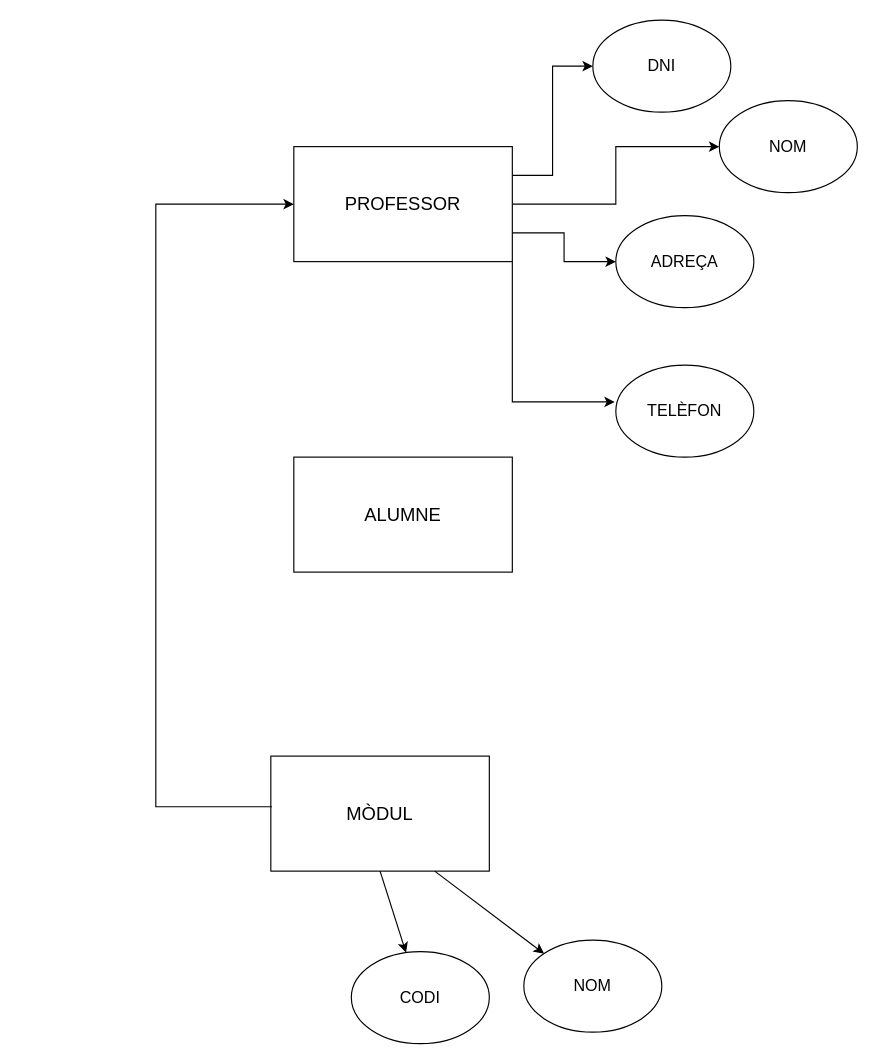
This is Exercicis_R2_(1).drawio from victor06-git/Progam_with_Victor, a draw.io file, before an edit. Source tidied: cells renumbered, new cells numbered last; positions are measured from the earlier drawing's top-left corner, leaving out a move shared by most shapes. Both pictures are drawn from the tidied source at 115%, with x=0, y=0 at pixel (155, 20).
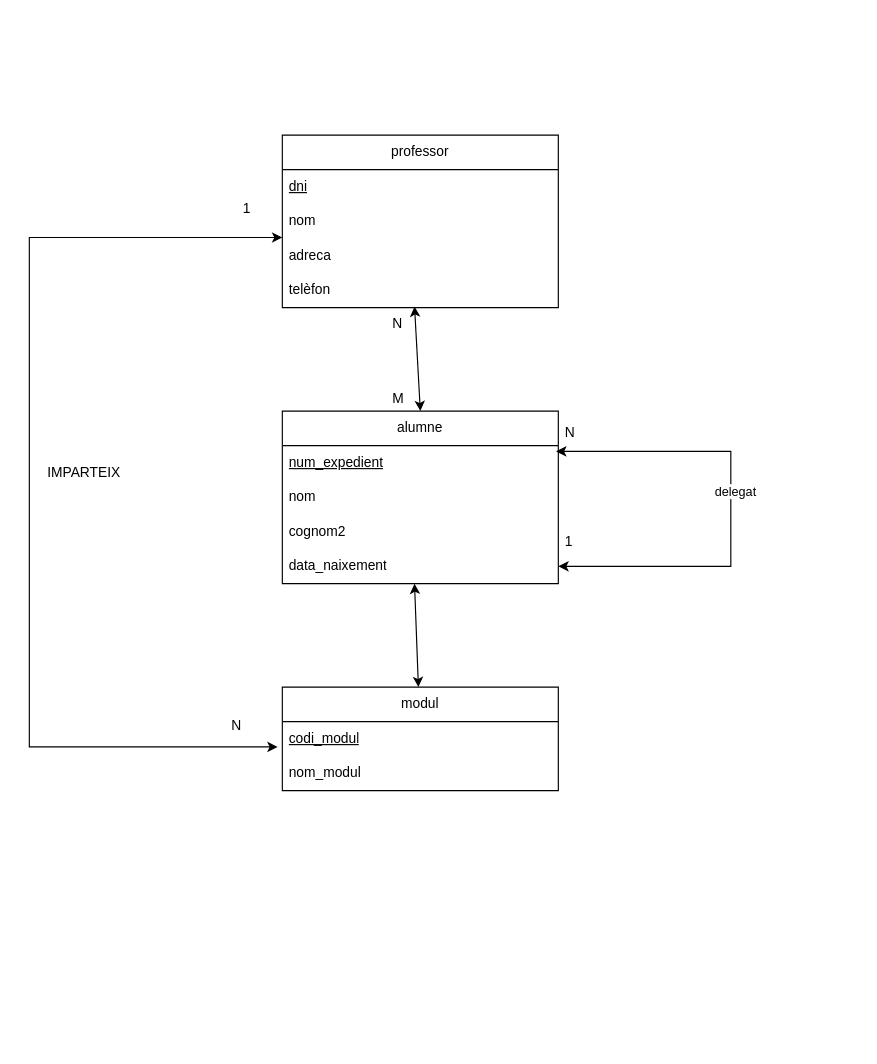
The same diagram, later.

What changed in the source:
```diff
@@
-    <mxCell id="2" style="edgeStyle=orthogonalEdgeStyle;rounded=0;jettySize=auto;html=1;exitX=1;exitY=0.25;exitDx=0;exitDy=0;entryX=0;entryY=0.5;entryDx=0;entryDy=0;" parent="1" edge="1" source="5" target="13">
-      <mxGeometry relative="1" as="geometry" />
-    </mxCell>
-    <mxCell id="3" style="edgeStyle=orthogonalEdgeStyle;rounded=0;jettySize=auto;html=1;exitX=1;exitY=0.5;exitDx=0;exitDy=0;" parent="1" edge="1" source="5" target="14">
-      <mxGeometry relative="1" as="geometry" />
-    </mxCell>
-    <mxCell id="4" style="edgeStyle=orthogonalEdgeStyle;rounded=0;jettySize=auto;html=1;exitX=1;exitY=0.75;exitDx=0;exitDy=0;" parent="1" edge="1" source="5" target="15">
-      <mxGeometry relative="1" as="geometry" />
-    </mxCell>
-    <mxCell id="5" value="&lt;font style=&quot;font-size: 16px;&quot;&gt;PROFESSOR&lt;/font&gt;" style="rounded=0;whiteSpace=wrap;html=1;" parent="1" vertex="1">
-      <mxGeometry x="120" y="110" width="190" height="100" as="geometry" />
-    </mxCell>
-    <mxCell id="6" value="&lt;font style=&quot;font-size: 16px;&quot;&gt;ALUMNE&lt;/font&gt;" style="rounded=0;whiteSpace=wrap;html=1;" parent="1" vertex="1">
-      <mxGeometry x="120" y="380" width="190" height="100" as="geometry" />
-    </mxCell>
-    <mxCell id="7" value="&lt;font style=&quot;font-size: 16px;&quot;&gt;MÒDUL&lt;/font&gt;" style="rounded=0;whiteSpace=wrap;html=1;" parent="1" vertex="1">
-      <mxGeometry x="100" y="640" width="190" height="100" as="geometry" />
-    </mxCell>
-    <mxCell id="8" value="&lt;font style=&quot;font-size: 14px;&quot;&gt;CODI&lt;/font&gt;" style="ellipse;whiteSpace=wrap;html=1;" parent="1" vertex="1">
-      <mxGeometry x="170" y="810" width="120" height="80" as="geometry" />
-    </mxCell>
-    <mxCell id="9" value="&lt;font style=&quot;font-size: 14px;&quot;&gt;NOM&lt;/font&gt;" style="ellipse;whiteSpace=wrap;html=1;" parent="1" vertex="1">
-      <mxGeometry x="320" y="800" width="120" height="80" as="geometry" />
-    </mxCell>
-    <mxCell id="10" style="endArrow=classic;html=1;rounded=0;exitX=0.5;exitY=1;exitDx=0;exitDy=0;" parent="1" edge="1" source="7" target="8">
-      <mxGeometry relative="1" as="geometry" />
-    </mxCell>
-    <mxCell id="11" style="endArrow=classic;html=1;rounded=0;exitX=0.75;exitY=1;exitDx=0;exitDy=0;entryX=0;entryY=0;entryDx=0;entryDy=0;" parent="1" edge="1" source="7" target="9">
-      <mxGeometry relative="1" as="geometry" />
-    </mxCell>
-    <mxCell id="12" style="edgeStyle=orthogonalEdgeStyle;rounded=0;jettySize=auto;html=1;exitX=0.005;exitY=0.44;exitDx=0;exitDy=0;entryX=0;entryY=0.5;entryDx=0;entryDy=0;exitPerimeter=0;" parent="1" edge="1" source="7" target="5">
-      <mxGeometry relative="1" as="geometry">
-        <Array as="points">
-          <mxPoint y="684" />
-          <mxPoint y="160" />
-        </Array>
-      </mxGeometry>
-    </mxCell>
-    <mxCell id="13" value="&lt;font style=&quot;font-size: 14px;&quot;&gt;DNI&lt;/font&gt;" style="ellipse;whiteSpace=wrap;html=1;" parent="1" vertex="1">
-      <mxGeometry x="380" width="120" height="80" as="geometry" />
-    </mxCell>
-    <mxCell id="14" value="&lt;font style=&quot;font-size: 14px;&quot;&gt;NOM&lt;/font&gt;" style="ellipse;whiteSpace=wrap;html=1;" parent="1" vertex="1">
-      <mxGeometry x="490" y="70" width="120" height="80" as="geometry" />
-    </mxCell>
-    <mxCell id="15" value="&lt;font style=&quot;font-size: 14px;&quot;&gt;ADREÇA&lt;/font&gt;" style="ellipse;whiteSpace=wrap;html=1;" parent="1" vertex="1">
-      <mxGeometry x="400" y="170" width="120" height="80" as="geometry" />
-    </mxCell>
-    <mxCell id="16" value="&lt;font style=&quot;font-size: 14px;&quot;&gt;TELÈFON&lt;/font&gt;" style="ellipse;whiteSpace=wrap;html=1;" parent="1" vertex="1">
-      <mxGeometry x="400" y="300" width="120" height="80" as="geometry" />
-    </mxCell>
-    <mxCell id="17" style="edgeStyle=orthogonalEdgeStyle;rounded=0;jettySize=auto;html=1;exitX=1;exitY=1;exitDx=0;exitDy=0;entryX=-0.008;entryY=0.4;entryDx=0;entryDy=0;entryPerimeter=0;" parent="1" edge="1" source="5" target="16">
-      <mxGeometry relative="1" as="geometry" />
-    </mxCell>
+    <mxCell id="18" value="professor" style="swimlane;fontStyle=0;horizontal=1;startSize=30;whiteSpace=wrap;html=1;" parent="1" vertex="1">
+      <mxGeometry x="110" y="100" width="240" height="150" as="geometry" />
+    </mxCell>
+    <mxCell id="19" value="&lt;u&gt;dni&lt;/u&gt;" style="text;strokeColor=none;fillColor=none;align=left;verticalAlign=middle;spacingLeft=4;spacingRight=4;overflow=hidden;whiteSpace=wrap;html=1;" parent="18" vertex="1">
+      <mxGeometry y="30" width="240" height="30" as="geometry" />
+    </mxCell>
+    <mxCell id="20" value="nom" style="text;strokeColor=none;fillColor=none;align=left;verticalAlign=middle;spacingLeft=4;spacingRight=4;overflow=hidden;whiteSpace=wrap;html=1;" parent="18" vertex="1">
+      <mxGeometry y="60" width="240" height="30" as="geometry" />
+    </mxCell>
+    <mxCell id="21" value="adreca" style="text;strokeColor=none;fillColor=none;align=left;verticalAlign=middle;spacingLeft=4;spacingRight=4;overflow=hidden;points=[[0,0.5],[1,0.5]];portConstraint=eastwest;whiteSpace=wrap;html=1;" parent="18" vertex="1">
+      <mxGeometry y="90" width="240" height="30" as="geometry" />
+    </mxCell>
+    <mxCell id="22" value="telèfon" style="text;strokeColor=none;fillColor=none;align=left;verticalAlign=middle;spacingLeft=4;spacingRight=4;overflow=hidden;points=[[0,0.5],[1,0.5]];portConstraint=eastwest;whiteSpace=wrap;html=1;" parent="18" vertex="1">
+      <mxGeometry y="120" width="240" height="30" as="geometry" />
+    </mxCell>
+    <mxCell id="23" value="alumne" style="swimlane;fontStyle=0;horizontal=1;startSize=30;whiteSpace=wrap;html=1;" parent="1" vertex="1">
+      <mxGeometry x="110" y="340" width="240" height="150" as="geometry" />
+    </mxCell>
+    <mxCell id="24" value="&lt;u&gt;num_expedient&lt;/u&gt;" style="text;strokeColor=none;fillColor=none;align=left;verticalAlign=middle;spacingLeft=4;spacingRight=4;overflow=hidden;points=[[0,0.5],[1,0.5]];portConstraint=eastwest;whiteSpace=wrap;html=1;" parent="23" vertex="1">
+      <mxGeometry y="30" width="240" height="30" as="geometry" />
+    </mxCell>
+    <mxCell id="25" value="nom" style="text;strokeColor=none;fillColor=none;align=left;verticalAlign=middle;spacingLeft=4;spacingRight=4;overflow=hidden;whiteSpace=wrap;html=1;" parent="23" vertex="1">
+      <mxGeometry y="60" width="240" height="30" as="geometry" />
+    </mxCell>
+    <mxCell id="26" value="cognom2" style="text;strokeColor=none;fillColor=none;align=left;verticalAlign=middle;spacingLeft=4;spacingRight=4;overflow=hidden;whiteSpace=wrap;html=1;" parent="23" vertex="1">
+      <mxGeometry y="90" width="240" height="30" as="geometry" />
+    </mxCell>
+    <mxCell id="27" value="data_naixement" style="text;strokeColor=none;fillColor=none;align=left;verticalAlign=middle;spacingLeft=4;spacingRight=4;overflow=hidden;points=[[0,0.5],[1,0.5]];portConstraint=eastwest;whiteSpace=wrap;html=1;" parent="23" vertex="1">
+      <mxGeometry y="120" width="240" height="30" as="geometry" />
+    </mxCell>
+    <mxCell id="28" style="endArrow=classic;startArrow=classic;html=1;rounded=0;exitX=0.992;exitY=0.167;exitDx=0;exitDy=0;entryX=1;entryY=0.5;entryDx=0;entryDy=0;exitPerimeter=0;" parent="23" edge="1" source="24" target="27">
+      <mxGeometry relative="1" as="geometry">
+        <Array as="points">
+          <mxPoint x="390" y="35" />
+          <mxPoint x="390" y="110" />
+          <mxPoint x="390" y="90" />
+          <mxPoint x="390" y="135" />
+        </Array>
+      </mxGeometry>
+    </mxCell>
+    <mxCell id="29" value="delegat" style="edgeLabel;html=1;align=center;verticalAlign=middle;" parent="28" vertex="1">
+      <mxGeometry x="-0.16" y="3" relative="1" as="geometry" />
+    </mxCell>
+    <mxCell id="30" value="modul" style="swimlane;fontStyle=0;horizontal=1;startSize=30;whiteSpace=wrap;html=1;" parent="1" vertex="1">
+      <mxGeometry x="110" y="580" width="240" height="90" as="geometry" />
+    </mxCell>
+    <mxCell id="31" value="&lt;u&gt;codi_modul&lt;/u&gt;" style="text;strokeColor=none;fillColor=none;align=left;verticalAlign=middle;spacingLeft=4;spacingRight=4;overflow=hidden;points=[[0,0.5],[1,0.5]];portConstraint=eastwest;whiteSpace=wrap;html=1;" parent="30" vertex="1">
+      <mxGeometry y="30" width="240" height="30" as="geometry" />
+    </mxCell>
+    <mxCell id="32" value="nom_modul" style="text;strokeColor=none;fillColor=none;align=left;verticalAlign=middle;spacingLeft=4;spacingRight=4;overflow=hidden;whiteSpace=wrap;html=1;" parent="30" vertex="1">
+      <mxGeometry y="60" width="240" height="30" as="geometry" />
+    </mxCell>
+    <mxCell id="33" style="endArrow=classic;startArrow=classic;html=1;rounded=0;exitX=0.479;exitY=0.967;exitDx=0;exitDy=0;exitPerimeter=0;entryX=0.5;entryY=0;entryDx=0;entryDy=0;" parent="1" edge="1" source="22" target="23">
+      <mxGeometry relative="1" as="geometry" />
+    </mxCell>
+    <mxCell id="34" style="endArrow=classic;startArrow=classic;html=1;rounded=0;exitX=0.479;exitY=1;exitDx=0;exitDy=0;exitPerimeter=0;" parent="1" edge="1" source="27" target="30">
+      <mxGeometry relative="1" as="geometry" />
+    </mxCell>
+    <mxCell id="35" style="endArrow=classic;startArrow=classic;html=1;rounded=0;exitX=0;exitY=-0.033;exitDx=0;exitDy=0;entryX=-0.017;entryY=0.733;entryDx=0;entryDy=0;entryPerimeter=0;exitPerimeter=0;" parent="1" edge="1" source="21" target="31">
+      <mxGeometry relative="1" as="geometry">
+        <Array as="points">
+          <mxPoint x="-110" y="189" />
+          <mxPoint x="-110" y="632" />
+        </Array>
+      </mxGeometry>
+    </mxCell>
+    <mxCell id="36" value="IMPARTEIX" style="text;strokeColor=none;fillColor=none;spacingLeft=4;spacingRight=4;overflow=hidden;fontSize=12;whiteSpace=wrap;html=1;" parent="1" vertex="1">
+      <mxGeometry x="-100" y="380" width="80" height="30" as="geometry" />
+    </mxCell>
+    <mxCell id="37" value="1" style="text;strokeColor=none;fillColor=none;spacingLeft=4;spacingRight=4;overflow=hidden;fontSize=12;whiteSpace=wrap;html=1;" parent="1" vertex="1">
+      <mxGeometry x="70" y="150" width="40" height="30" as="geometry" />
+    </mxCell>
+    <mxCell id="38" value="N" style="text;strokeColor=none;fillColor=none;spacingLeft=4;spacingRight=4;overflow=hidden;fontSize=12;whiteSpace=wrap;html=1;" parent="1" vertex="1">
+      <mxGeometry x="60" y="600" width="40" height="30" as="geometry" />
+    </mxCell>
+    <mxCell id="39" value="N" style="text;strokeColor=none;fillColor=none;spacingLeft=4;spacingRight=4;overflow=hidden;fontSize=12;whiteSpace=wrap;html=1;" parent="1" vertex="1">
+      <mxGeometry x="200" y="250" width="40" height="30" as="geometry" />
+    </mxCell>
+    <mxCell id="40" value="M" style="text;strokeColor=none;fillColor=none;spacingLeft=4;spacingRight=4;overflow=hidden;fontSize=12;whiteSpace=wrap;html=1;" parent="1" vertex="1">
+      <mxGeometry x="200" y="315" width="40" height="30" as="geometry" />
+    </mxCell>
+    <mxCell id="41" value="N" style="text;strokeColor=none;fillColor=none;spacingLeft=4;spacingRight=4;overflow=hidden;fontSize=12;whiteSpace=wrap;html=1;" parent="1" vertex="1">
+      <mxGeometry x="350" y="345" width="40" height="30" as="geometry" />
+    </mxCell>
+    <mxCell id="42" value="1" style="text;strokeColor=none;fillColor=none;spacingLeft=4;spacingRight=4;overflow=hidden;fontSize=12;whiteSpace=wrap;html=1;" parent="1" vertex="1">
+      <mxGeometry x="350" y="440" width="40" height="30" as="geometry" />
+    </mxCell>
```
